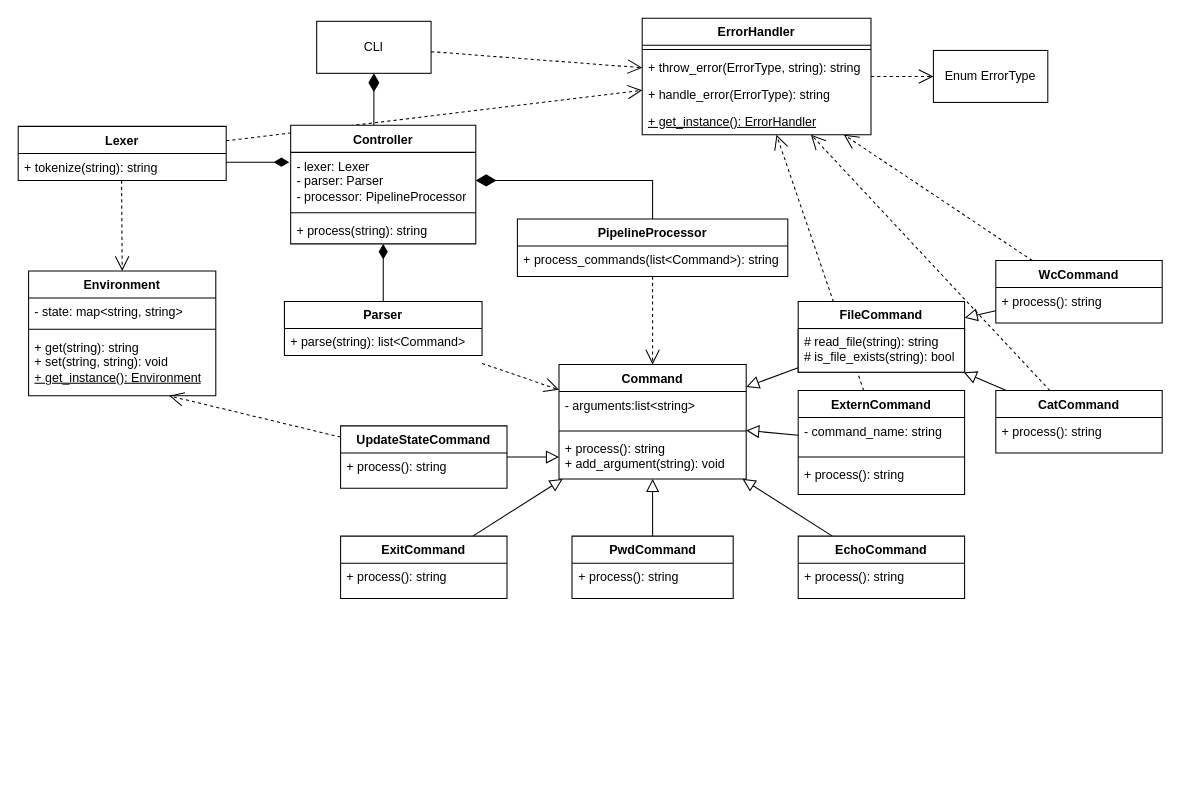
Before: architecture.drawio in Eevangelion/ISArchitecture-Design, a draw.io diagram. Source tidied: cells renumbered, new cells numbered last; positions are measured from the earlier drawing's top-left corner, leaving out a move shared by most shapes. Both pictures are drawn from the tidied source at 104%, with x=0, y=0 at pixel (18, 18).
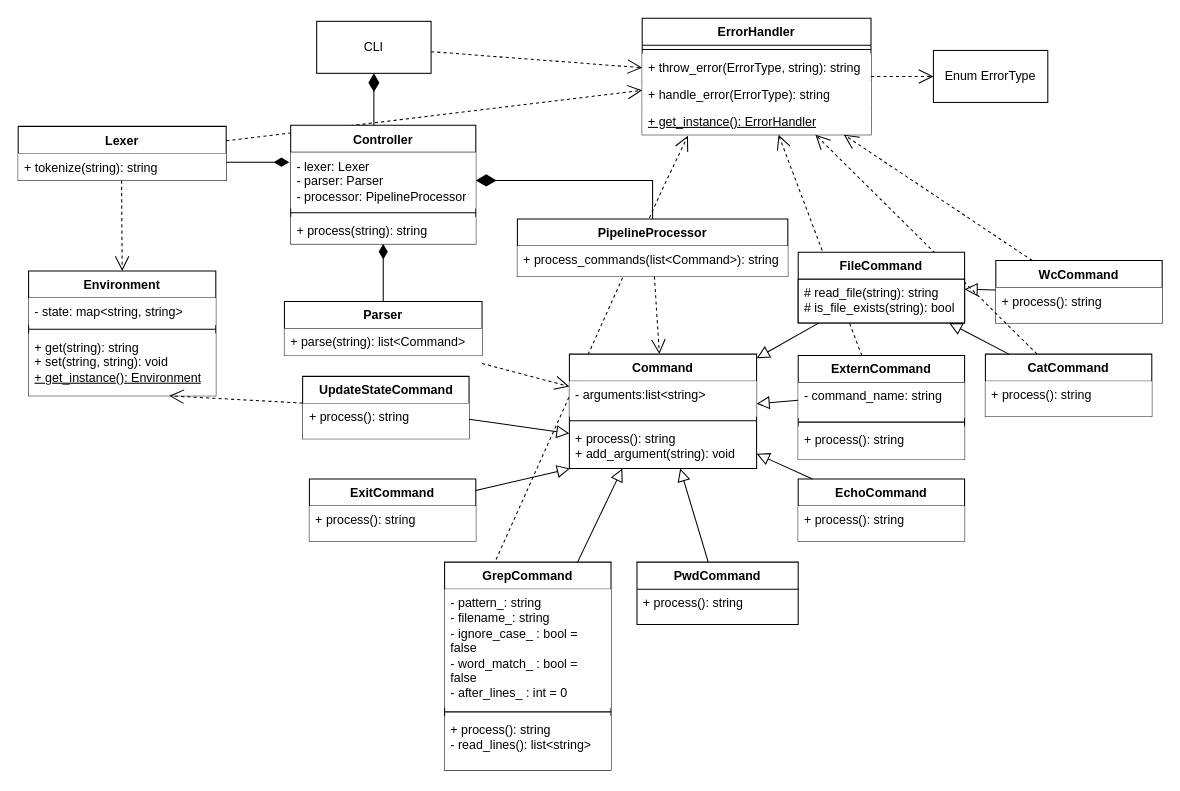
The same diagram, later.

The change refers to these unchanged cells:
```xml
<mxCell id="5" value="Lexer" style="swimlane;fontStyle=1;align=center;verticalAlign=top;horizontal=1;startSize=26;whiteSpace=wrap;html=1;" parent="1" vertex="1">
  <mxGeometry y="104" width="200" height="52" as="geometry" />
</mxCell>
<mxCell id="7" value="Parser" style="swimlane;fontStyle=1;align=center;verticalAlign=top;horizontal=1;startSize=26;whiteSpace=wrap;html=1;" parent="1" vertex="1">
  <mxGeometry x="256" y="272.4" width="190" height="52" as="geometry" />
</mxCell>
<mxCell id="13" value="Environment" style="swimlane;fontStyle=1;align=center;verticalAlign=top;horizontal=1;startSize=26;whiteSpace=wrap;html=1;" parent="1" vertex="1">
  <mxGeometry x="10" y="243" width="180" height="120" as="geometry" />
</mxCell>
<mxCell id="20" value="+ process(): string&lt;div&gt;+&amp;nbsp;&lt;span style=&quot;background-color: transparent;&quot;&gt;add_argument&lt;font style=&quot;color: rgb(0, 0, 0);&quot;&gt;(&lt;/font&gt;&lt;/span&gt;&lt;span style=&quot;background-color: transparent; color: light-dark(rgb(0, 0, 0), rgb(255, 255, 255));&quot;&gt;string): void&lt;/span&gt;&lt;/div&gt;" style="text;strokeColor=none;fillColor=none;align=left;verticalAlign=top;spacingLeft=4;spacingRight=4;overflow=hidden;points=[[0,0.5],[1,0.5]];portConstraint=eastwest;whiteSpace=wrap;html=1;" parent="17" vertex="1">
  <mxGeometry y="68" width="180" height="42" as="geometry" />
</mxCell>
<mxCell id="24" value="WcCommand" style="swimlane;fontStyle=1;align=center;verticalAlign=top;horizontal=1;startSize=26;whiteSpace=wrap;html=1;" parent="1" vertex="1">
  <mxGeometry x="940" y="233" width="160" height="60" as="geometry" />
</mxCell>
<mxCell id="50" value="ErrorHandler" style="swimlane;fontStyle=1;align=center;verticalAlign=top;horizontal=1;startSize=26;whiteSpace=wrap;html=1;" parent="1" vertex="1">
  <mxGeometry x="600" width="220" height="112" as="geometry" />
</mxCell>
<mxCell id="62" value="Controller" style="swimlane;fontStyle=1;align=center;verticalAlign=top;horizontal=1;startSize=26;whiteSpace=wrap;html=1;fillStyle=solid;" parent="1" vertex="1">
  <mxGeometry x="262" y="103" width="178" height="114" as="geometry" />
</mxCell>
```

The edit, as a diff of the source:
```diff
@@
+    <mxCell id="67" style="rounded=0;jettySize=auto;html=1;endSize=12;entryX=0.2;entryY=1.038;entryDx=0;entryDy=0;entryPerimeter=0;exitX=0.294;exitY=0.015;exitDx=0;exitDy=0;exitPerimeter=0;dashed=1;endArrow=open;endFill=0;" parent="1" edge="1" source="68" target="54">
+      <mxGeometry relative="1" as="geometry">
+        <Array as="points">
+          <mxPoint x="620" y="163" />
+        </Array>
+      </mxGeometry>
+    </mxCell>
@@
-    <mxCell id="6" value="+ tokenize(string): string" style="text;strokeColor=none;fillColor=none;align=left;verticalAlign=top;spacingLeft=4;spacingRight=4;overflow=hidden;points=[[0,0.5],[1,0.5]];portConstraint=eastwest;whiteSpace=wrap;html=1;" parent="5" vertex="1">
+    <mxCell id="6" value="+ tokenize(string): string" style="text;strokeColor=none;fillColor=default;align=left;verticalAlign=top;spacingLeft=4;spacingRight=4;overflow=hidden;points=[[0,0.5],[1,0.5]];portConstraint=eastwest;whiteSpace=wrap;html=1;" parent="5" vertex="1">
       <mxGeometry y="26" width="200" height="26" as="geometry" />
     </mxCell>
@@
-    <mxCell id="8" value="+ parse(string): list&amp;lt;Command&amp;gt;" style="text;strokeColor=none;fillColor=none;align=left;verticalAlign=top;spacingLeft=4;spacingRight=4;overflow=hidden;whiteSpace=wrap;html=1;" parent="7" vertex="1">
+    <mxCell id="8" value="+ parse(string): list&amp;lt;Command&amp;gt;" style="text;strokeColor=none;fillColor=default;align=left;verticalAlign=top;spacingLeft=4;spacingRight=4;overflow=hidden;whiteSpace=wrap;html=1;" parent="7" vertex="1">
       <mxGeometry y="26" width="190" height="26" as="geometry" />
     </mxCell>
@@
-    <mxCell id="10" value="PipelineProcessor" style="swimlane;fontStyle=1;align=center;verticalAlign=top;horizontal=1;startSize=26;whiteSpace=wrap;html=1;" parent="1" vertex="1">
+    <mxCell id="10" value="PipelineProcessor" style="swimlane;fontStyle=1;align=center;verticalAlign=top;horizontal=1;startSize=26;whiteSpace=wrap;html=1;fillColor=default;" parent="1" vertex="1">
       <mxGeometry x="480" y="193" width="260" height="55.4" as="geometry" />
     </mxCell>
-    <mxCell id="11" value="+ process_commands(list&amp;lt;Command&amp;gt;): string" style="text;strokeColor=none;fillColor=none;align=left;verticalAlign=top;spacingLeft=4;spacingRight=4;overflow=hidden;whiteSpace=wrap;html=1;" parent="10" vertex="1">
+    <mxCell id="11" value="+ process_commands(list&amp;lt;Command&amp;gt;): string" style="text;strokeColor=none;fillColor=default;align=left;verticalAlign=top;spacingLeft=4;spacingRight=4;overflow=hidden;whiteSpace=wrap;html=1;" parent="10" vertex="1">
       <mxGeometry y="26" width="260" height="29.4" as="geometry" />
     </mxCell>
@@
-    <mxCell id="14" value="- state: map&amp;lt;string, string&amp;gt;&lt;div&gt;&lt;br&gt;&lt;/div&gt;" style="text;strokeColor=none;fillColor=none;align=left;verticalAlign=top;spacingLeft=4;spacingRight=4;overflow=hidden;whiteSpace=wrap;html=1;" parent="13" vertex="1">
+    <mxCell id="14" value="- state: map&amp;lt;string, string&amp;gt;&lt;div&gt;&lt;br&gt;&lt;/div&gt;" style="text;strokeColor=none;fillColor=default;align=left;verticalAlign=top;spacingLeft=4;spacingRight=4;overflow=hidden;whiteSpace=wrap;html=1;" parent="13" vertex="1">
       <mxGeometry y="26" width="180" height="26" as="geometry" />
     </mxCell>
@@
-    <mxCell id="16" value="+ get(string): string&lt;div&gt;+ set(string, string): void&lt;/div&gt;&lt;div&gt;&lt;u&gt;+ get_instance():&amp;nbsp;&lt;span style=&quot;text-align: center; background-color: transparent; color: light-dark(rgb(0, 0, 0), rgb(255, 255, 255));&quot;&gt;Environment&lt;/span&gt;&lt;/u&gt;&lt;/div&gt;" style="text;strokeColor=none;fillColor=none;align=left;verticalAlign=top;spacingLeft=4;spacingRight=4;overflow=hidden;points=[[0,0.5],[1,0.5]];portConstraint=eastwest;whiteSpace=wrap;html=1;" parent="13" vertex="1">
+    <mxCell id="16" value="+ get(string): string&lt;div&gt;+ set(string, string): void&lt;/div&gt;&lt;div&gt;&lt;u&gt;+ get_instance():&amp;nbsp;&lt;span style=&quot;text-align: center; background-color: transparent; color: light-dark(rgb(0, 0, 0), rgb(255, 255, 255));&quot;&gt;Environment&lt;/span&gt;&lt;/u&gt;&lt;/div&gt;" style="text;strokeColor=none;fillColor=default;align=left;verticalAlign=top;spacingLeft=4;spacingRight=4;overflow=hidden;points=[[0,0.5],[1,0.5]];portConstraint=eastwest;whiteSpace=wrap;html=1;" parent="13" vertex="1">
       <mxGeometry y="60" width="180" height="60" as="geometry" />
     </mxCell>
     <mxCell id="17" value="Command" style="swimlane;fontStyle=1;align=center;verticalAlign=top;horizontal=1;startSize=26;whiteSpace=wrap;html=1;" parent="1" vertex="1">
-      <mxGeometry x="520" y="333" width="180" height="110" as="geometry" />
+      <mxGeometry x="530" y="323" width="180" height="110" as="geometry" />
     </mxCell>
-    <mxCell id="18" value="- arguments:list&amp;lt;string&amp;gt;" style="text;strokeColor=none;fillColor=none;align=left;verticalAlign=top;spacingLeft=4;spacingRight=4;overflow=hidden;whiteSpace=wrap;html=1;" parent="17" vertex="1">
+    <mxCell id="18" value="- arguments:list&amp;lt;string&amp;gt;" style="text;strokeColor=none;fillColor=default;align=left;verticalAlign=top;spacingLeft=4;spacingRight=4;overflow=hidden;whiteSpace=wrap;html=1;" parent="17" vertex="1">
       <mxGeometry y="26" width="180" height="34" as="geometry" />
     </mxCell>
-    <mxCell id="19" style="line;strokeWidth=1;fillColor=none;align=left;verticalAlign=middle;spacingTop=-1;spacingLeft=3;spacingRight=3;labelPosition=right;strokeColor=inherit;" parent="17" vertex="1">
+    <mxCell id="19" style="line;strokeWidth=1;fillColor=default;align=left;verticalAlign=middle;spacingTop=-1;spacingLeft=3;spacingRight=3;labelPosition=right;strokeColor=inherit;" parent="17" vertex="1">
       <mxGeometry y="60" width="180" height="8" as="geometry" />
     </mxCell>
@@
     <mxCell id="22" value="EchoCommand" style="swimlane;fontStyle=1;align=center;verticalAlign=top;horizontal=1;startSize=26;whiteSpace=wrap;html=1;" parent="1" vertex="1">
-      <mxGeometry x="750" y="498" width="160" height="60" as="geometry" />
+      <mxGeometry x="750" y="443" width="160" height="60" as="geometry" />
     </mxCell>
-    <mxCell id="23" value="+ process(): string" style="text;strokeColor=none;fillColor=none;align=left;verticalAlign=top;spacingLeft=4;spacingRight=4;overflow=hidden;whiteSpace=wrap;html=1;" parent="22" vertex="1">
+    <mxCell id="23" value="+ process(): string" style="text;strokeColor=none;fillColor=default;align=left;verticalAlign=top;spacingLeft=4;spacingRight=4;overflow=hidden;whiteSpace=wrap;html=1;" parent="22" vertex="1">
       <mxGeometry y="26" width="160" height="34" as="geometry" />
     </mxCell>
@@
-    <mxCell id="25" value="+ process(): string" style="text;strokeColor=none;fillColor=none;align=left;verticalAlign=top;spacingLeft=4;spacingRight=4;overflow=hidden;whiteSpace=wrap;html=1;" parent="24" vertex="1">
+    <mxCell id="25" value="+ process(): string" style="text;strokeColor=none;fillColor=default;align=left;verticalAlign=top;spacingLeft=4;spacingRight=4;overflow=hidden;whiteSpace=wrap;html=1;" parent="24" vertex="1">
       <mxGeometry y="26" width="160" height="34" as="geometry" />
     </mxCell>
     <mxCell id="26" value="PwdCommand" style="swimlane;fontStyle=1;align=center;verticalAlign=top;horizontal=1;startSize=26;whiteSpace=wrap;html=1;" parent="1" vertex="1">
-      <mxGeometry x="532.5" y="498" width="155" height="60" as="geometry" />
+      <mxGeometry x="595" y="523" width="155" height="60" as="geometry" />
     </mxCell>
@@
     <mxCell id="28" value="CatCommand" style="swimlane;fontStyle=1;align=center;verticalAlign=top;horizontal=1;startSize=26;whiteSpace=wrap;html=1;" parent="1" vertex="1">
-      <mxGeometry x="940" y="358" width="160" height="60" as="geometry" />
+      <mxGeometry x="930" y="323" width="160" height="60" as="geometry" />
     </mxCell>
-    <mxCell id="29" value="+ process(): string" style="text;strokeColor=none;fillColor=none;align=left;verticalAlign=top;spacingLeft=4;spacingRight=4;overflow=hidden;whiteSpace=wrap;html=1;" parent="28" vertex="1">
+    <mxCell id="29" value="+ process(): string" style="text;strokeColor=none;fillColor=default;align=left;verticalAlign=top;spacingLeft=4;spacingRight=4;overflow=hidden;whiteSpace=wrap;html=1;" parent="28" vertex="1">
       <mxGeometry y="26" width="160" height="34" as="geometry" />
     </mxCell>
     <mxCell id="30" value="ExitCommand" style="swimlane;fontStyle=1;align=center;verticalAlign=top;horizontal=1;startSize=26;whiteSpace=wrap;html=1;" parent="1" vertex="1">
-      <mxGeometry x="310" y="498" width="160" height="60" as="geometry" />
+      <mxGeometry x="280" y="443" width="160" height="60" as="geometry" />
     </mxCell>
-    <mxCell id="31" value="+ process(): string" style="text;strokeColor=none;fillColor=none;align=left;verticalAlign=top;spacingLeft=4;spacingRight=4;overflow=hidden;whiteSpace=wrap;html=1;" parent="30" vertex="1">
+    <mxCell id="31" value="+ process(): string" style="text;strokeColor=none;fillColor=default;align=left;verticalAlign=top;spacingLeft=4;spacingRight=4;overflow=hidden;whiteSpace=wrap;html=1;" parent="30" vertex="1">
       <mxGeometry y="26" width="160" height="34" as="geometry" />
     </mxCell>
@@
-    <mxCell id="33" value="&lt;br&gt;&lt;div&gt;&lt;br&gt;&lt;/div&gt;" style="endArrow=block;endSize=10;endFill=0;html=1;rounded=0;" parent="1" edge="1" source="30" target="17">
+    <mxCell id="33" value="&lt;br&gt;&lt;div&gt;&lt;br&gt;&lt;/div&gt;" style="endArrow=block;endSize=10;endFill=0;html=1;rounded=0;" parent="1" edge="1" source="30" target="20">
       <mxGeometry relative="1" as="geometry" />
     </mxCell>
@@
     <mxCell id="38" value="UpdateStateCommand" style="swimlane;fontStyle=1;align=center;verticalAlign=top;horizontal=1;startSize=26;whiteSpace=wrap;html=1;" parent="1" vertex="1">
-      <mxGeometry x="310" y="392" width="160" height="60" as="geometry" />
+      <mxGeometry x="273.5" y="344.4" width="160" height="60" as="geometry" />
     </mxCell>
-    <mxCell id="39" value="+ process(): string" style="text;strokeColor=none;fillColor=none;align=left;verticalAlign=top;spacingLeft=4;spacingRight=4;overflow=hidden;whiteSpace=wrap;html=1;" parent="38" vertex="1">
+    <mxCell id="39" value="+ process(): string" style="text;strokeColor=none;fillColor=default;align=left;verticalAlign=top;spacingLeft=4;spacingRight=4;overflow=hidden;whiteSpace=wrap;html=1;" parent="38" vertex="1">
       <mxGeometry y="26" width="160" height="34" as="geometry" />
     </mxCell>
-    <mxCell id="40" value="&lt;br&gt;&lt;div&gt;&lt;br&gt;&lt;/div&gt;" style="endArrow=block;endSize=10;endFill=0;html=1;rounded=0;entryX=0;entryY=0.5;entryDx=0;entryDy=0;" parent="1" edge="1" source="38" target="20">
+    <mxCell id="40" value="&lt;br&gt;&lt;div&gt;&lt;br&gt;&lt;/div&gt;" style="endArrow=block;endSize=10;endFill=0;html=1;rounded=0;" parent="1" edge="1" source="38" target="20">
       <mxGeometry relative="1" as="geometry" />
     </mxCell>
@@
     <mxCell id="46" value="ExternCommand" style="swimlane;fontStyle=1;align=center;verticalAlign=top;horizontal=1;startSize=26;whiteSpace=wrap;html=1;" parent="1" vertex="1">
-      <mxGeometry x="750" y="358" width="160" height="100" as="geometry" />
+      <mxGeometry x="750" y="324.4" width="160" height="100" as="geometry" />
     </mxCell>
-    <mxCell id="47" value="- command_name: string" style="text;strokeColor=none;fillColor=none;align=left;verticalAlign=top;spacingLeft=4;spacingRight=4;overflow=hidden;points=[[0,0.5],[1,0.5]];portConstraint=eastwest;whiteSpace=wrap;html=1;" parent="46" vertex="1">
+    <mxCell id="47" value="- command_name: string" style="text;strokeColor=none;fillColor=default;align=left;verticalAlign=top;spacingLeft=4;spacingRight=4;overflow=hidden;points=[[0,0.5],[1,0.5]];portConstraint=eastwest;whiteSpace=wrap;html=1;" parent="46" vertex="1">
       <mxGeometry y="26" width="160" height="34" as="geometry" />
     </mxCell>
@@
-    <mxCell id="49" value="+ process(): string" style="text;strokeColor=none;fillColor=none;align=left;verticalAlign=top;spacingLeft=4;spacingRight=4;overflow=hidden;whiteSpace=wrap;html=1;" parent="46" vertex="1">
+    <mxCell id="49" value="+ process(): string" style="text;strokeColor=none;fillColor=default;align=left;verticalAlign=top;spacingLeft=4;spacingRight=4;overflow=hidden;whiteSpace=wrap;html=1;" parent="46" vertex="1">
       <mxGeometry y="68" width="160" height="32" as="geometry" />
     </mxCell>
@@
-    <mxCell id="52" value="+ throw_error(ErrorType, string): string" style="text;strokeColor=none;fillColor=none;align=left;verticalAlign=top;spacingLeft=4;spacingRight=4;overflow=hidden;whiteSpace=wrap;html=1;" parent="50" vertex="1">
+    <mxCell id="52" value="+ throw_error(ErrorType, string): string" style="text;strokeColor=none;fillColor=default;align=left;verticalAlign=top;spacingLeft=4;spacingRight=4;overflow=hidden;whiteSpace=wrap;html=1;" parent="50" vertex="1">
       <mxGeometry y="34" width="220" height="26" as="geometry" />
     </mxCell>
-    <mxCell id="53" value="+ handle_error(ErrorType): string" style="text;strokeColor=none;fillColor=none;align=left;verticalAlign=top;spacingLeft=4;spacingRight=4;overflow=hidden;whiteSpace=wrap;html=1;" parent="50" vertex="1">
+    <mxCell id="53" value="+ handle_error(ErrorType): string" style="text;strokeColor=none;fillColor=default;align=left;verticalAlign=top;spacingLeft=4;spacingRight=4;overflow=hidden;whiteSpace=wrap;html=1;" parent="50" vertex="1">
       <mxGeometry y="60" width="220" height="26" as="geometry" />
     </mxCell>
-    <mxCell id="54" value="&lt;div&gt;&lt;u&gt;+ get_instance(): ErrorHandler&lt;/u&gt;&lt;/div&gt;" style="text;strokeColor=none;fillColor=none;align=left;verticalAlign=top;spacingLeft=4;spacingRight=4;overflow=hidden;points=[[0,0.5],[1,0.5]];portConstraint=eastwest;whiteSpace=wrap;html=1;" parent="50" vertex="1">
+    <mxCell id="54" value="&lt;div&gt;&lt;u&gt;+ get_instance(): ErrorHandler&lt;/u&gt;&lt;/div&gt;" style="text;strokeColor=none;fillColor=default;align=left;verticalAlign=top;spacingLeft=4;spacingRight=4;overflow=hidden;points=[[0,0.5],[1,0.5]];portConstraint=eastwest;whiteSpace=wrap;html=1;" parent="50" vertex="1">
       <mxGeometry y="86" width="220" height="26" as="geometry" />
     </mxCell>
@@
     <mxCell id="59" value="FileCommand" style="swimlane;fontStyle=1;align=center;verticalAlign=top;horizontal=1;startSize=26;whiteSpace=wrap;html=1;glass=0;swimlaneLine=1;gradientColor=none;fillStyle=solid;fillColor=default;rounded=0;" parent="1" vertex="1">
-      <mxGeometry x="750" y="272.4" width="160" height="68" as="geometry" />
+      <mxGeometry x="750" y="225" width="160" height="68" as="geometry" />
     </mxCell>
@@
-    <mxCell id="63" value="- lexer: Lexer&lt;div&gt;- parser: Parser&lt;/div&gt;&lt;div&gt;- processor: PipelineProcessor&lt;/div&gt;" style="text;strokeColor=none;fillColor=none;align=left;verticalAlign=top;spacingLeft=4;spacingRight=4;overflow=hidden;points=[[0,0.5],[1,0.5]];portConstraint=eastwest;whiteSpace=wrap;html=1;" parent="62" vertex="1">
+    <mxCell id="63" value="- lexer: Lexer&lt;div&gt;- parser: Parser&lt;/div&gt;&lt;div&gt;- processor: PipelineProcessor&lt;/div&gt;" style="text;strokeColor=none;fillColor=default;align=left;verticalAlign=top;spacingLeft=4;spacingRight=4;overflow=hidden;points=[[0,0.5],[1,0.5]];portConstraint=eastwest;whiteSpace=wrap;html=1;" parent="62" vertex="1">
       <mxGeometry y="26" width="178" height="54" as="geometry" />
     </mxCell>
@@
-    <mxCell id="65" value="+ process(string): string" style="text;strokeColor=none;fillColor=none;align=left;verticalAlign=top;spacingLeft=4;spacingRight=4;overflow=hidden;whiteSpace=wrap;html=1;" parent="62" vertex="1">
+    <mxCell id="65" value="+ process(string): string" style="text;strokeColor=none;fillColor=default;align=left;verticalAlign=top;spacingLeft=4;spacingRight=4;overflow=hidden;whiteSpace=wrap;html=1;" parent="62" vertex="1">
       <mxGeometry y="88" width="178" height="26" as="geometry" />
     </mxCell>
@@
+    <mxCell id="68" value="GrepCommand&lt;div&gt;&lt;br&gt;&lt;/div&gt;" style="swimlane;fontStyle=1;align=center;verticalAlign=top;horizontal=1;startSize=26;whiteSpace=wrap;html=1;" parent="1" vertex="1">
+      <mxGeometry x="410" y="523" width="160" height="200" as="geometry" />
+    </mxCell>
+    <mxCell id="69" value="- pattern_: string&lt;div&gt;- filename_: string&lt;/div&gt;&lt;div&gt;- ignore_case_ : bool = false&lt;/div&gt;&lt;div&gt;- word_match_ : bool = false&lt;/div&gt;&lt;div&gt;- after_lines_ : int = 0&lt;/div&gt;" style="text;strokeColor=none;fillColor=default;align=left;verticalAlign=top;spacingLeft=4;spacingRight=4;overflow=hidden;whiteSpace=wrap;html=1;" parent="68" vertex="1">
+      <mxGeometry y="26" width="160" height="114" as="geometry" />
+    </mxCell>
+    <mxCell id="70" style="line;strokeWidth=1;fillColor=none;align=left;verticalAlign=middle;spacingTop=-1;spacingLeft=3;spacingRight=3;labelPosition=right;strokeColor=inherit;" parent="68" vertex="1">
+      <mxGeometry y="140" width="160" height="8" as="geometry" />
+    </mxCell>
+    <mxCell id="71" value="+ process(): string&lt;div&gt;- read_lines(): list&amp;lt;string&amp;gt;&lt;/div&gt;&lt;div&gt;&lt;br&gt;&lt;/div&gt;" style="text;strokeColor=none;fillColor=default;align=left;verticalAlign=top;spacingLeft=4;spacingRight=4;overflow=hidden;whiteSpace=wrap;html=1;" parent="68" vertex="1">
+      <mxGeometry y="148" width="160" height="52" as="geometry" />
+    </mxCell>
+    <mxCell id="72" style="rounded=0;jettySize=auto;html=1;entryX=0.283;entryY=1;entryDx=0;entryDy=0;entryPerimeter=0;endArrow=block;endFill=0;endSize=10;" parent="1" edge="1" source="68" target="20">
+      <mxGeometry relative="1" as="geometry" />
+    </mxCell>
```
